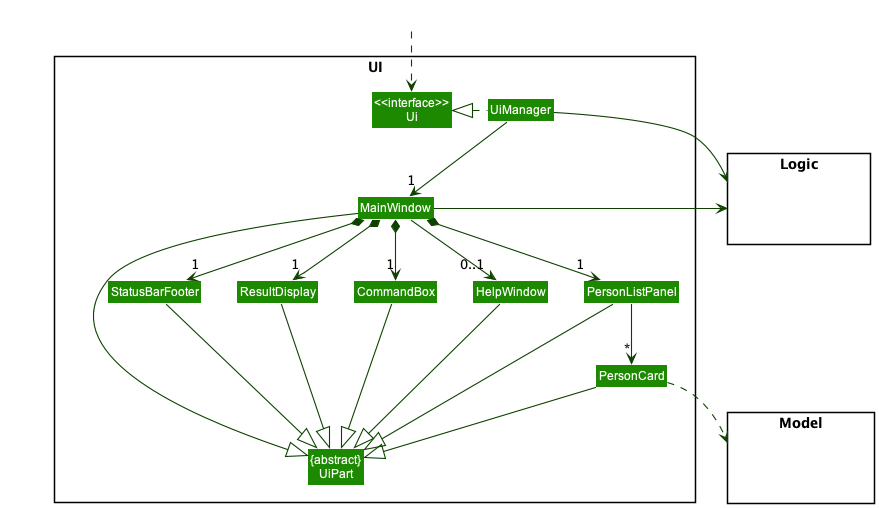
nus-cs2103-AY2223S1/tp keeps this PlantUML diagram as docs/images/UiClassDiagram.png. Above is the earlier version.
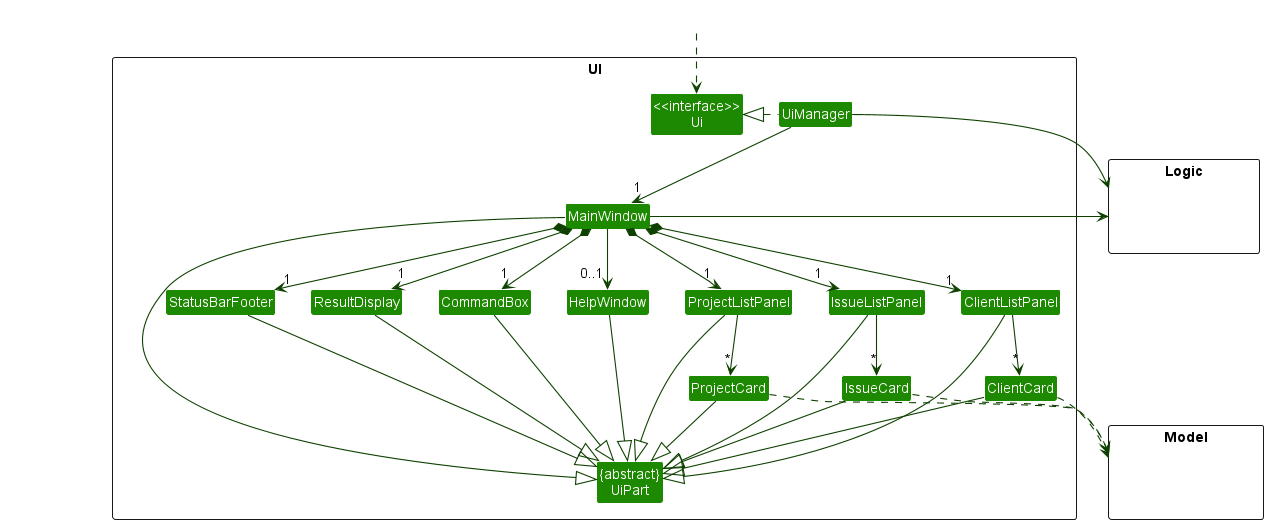
The same diagram one commit later.

Change to the diagram source:
```diff
@@ -11,8 +11,12 @@
 Class MainWindow
 Class HelpWindow
 Class ResultDisplay
-Class PersonListPanel
-Class PersonCard
+Class ProjectListPanel
+Class ProjectCard
+Class IssueListPanel
+Class IssueCard
+Class ClientListPanel
+Class ClientCard
 Class StatusBarFooter
 Class CommandBox
 }
@@ -32,26 +36,35 @@
 UiManager -down-> "1" MainWindow
 MainWindow *-down->  "1" CommandBox
 MainWindow *-down-> "1" ResultDisplay
-MainWindow *-down-> "1" PersonListPanel
+MainWindow *-down-> "1" ProjectListPanel
+MainWindow *-down-> "1" IssueListPanel
+MainWindow *-down-> "1" ClientListPanel
 MainWindow *-down-> "1" StatusBarFooter
 MainWindow --> "0..1" HelpWindow
 
-PersonListPanel -down-> "*" PersonCard
+ProjectListPanel -down-> "*" ProjectCard
+IssueListPanel -down-> "*" IssueCard
+ClientListPanel -down-> "*" ClientCard
 
 MainWindow -left-|> UiPart
-
 ResultDisplay --|> UiPart
 CommandBox --|> UiPart
-PersonListPanel --|> UiPart
-PersonCard --|> UiPart
+ProjectListPanel --|> UiPart
+ProjectCard --|> UiPart
+IssueListPanel --|> UiPart
+IssueCard --|> UiPart
+ClientListPanel --|> UiPart
+ClientCard --|> UiPart
 StatusBarFooter --|> UiPart
 HelpWindow --|> UiPart
 
-PersonCard ..> Model
+ProjectCard ..> Model
+IssueCard ..> Model
+ClientCard ..> Model
 UiManager -right-> Logic
 MainWindow -left-> Logic
 
-PersonListPanel -[hidden]left- HelpWindow
+ProjectListPanel -[hidden]left- HelpWindow
 HelpWindow -[hidden]left- CommandBox
 CommandBox -[hidden]left- ResultDisplay
 ResultDisplay -[hidden]left- StatusBarFooter
```
